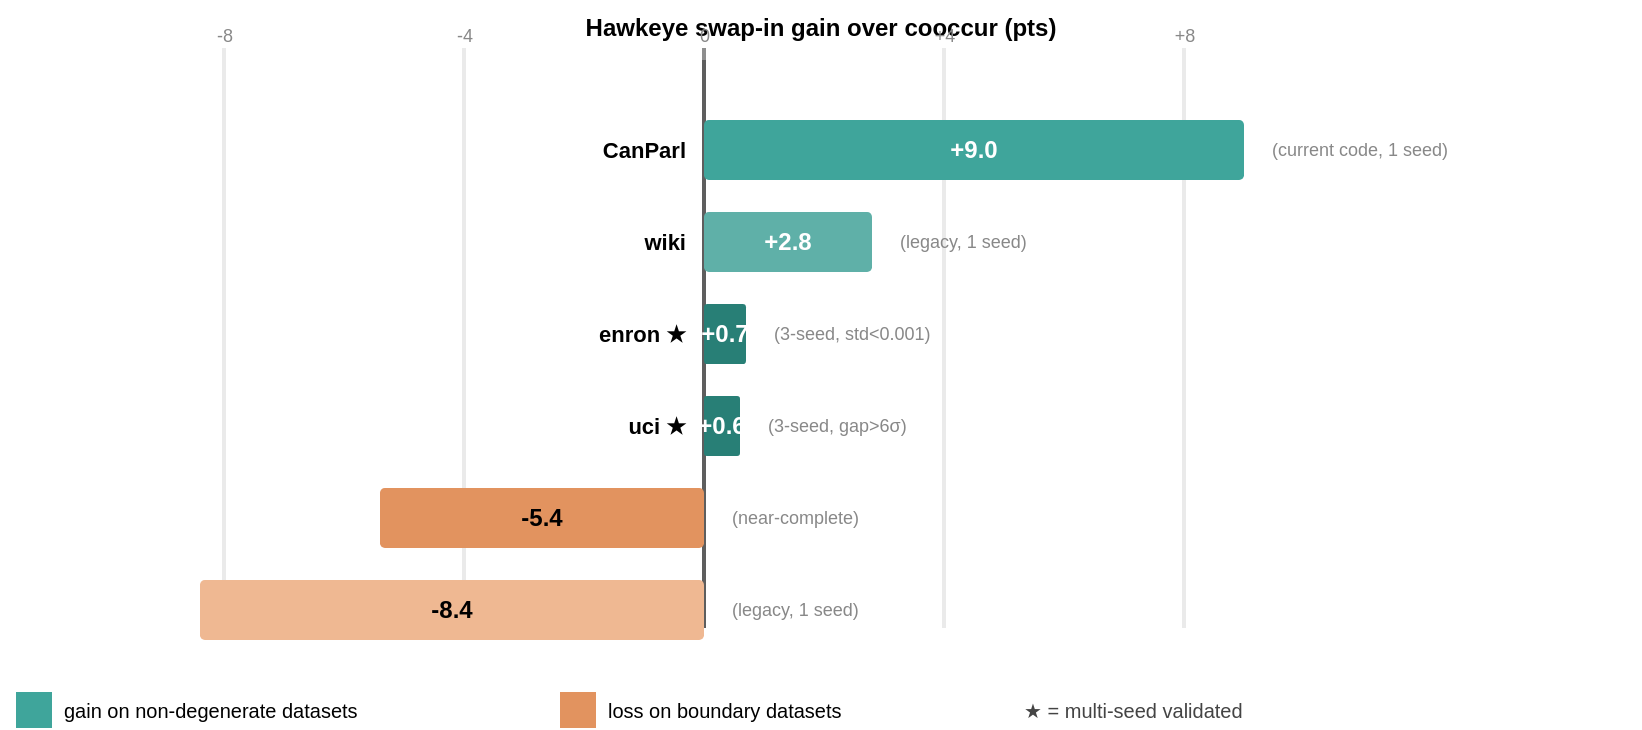
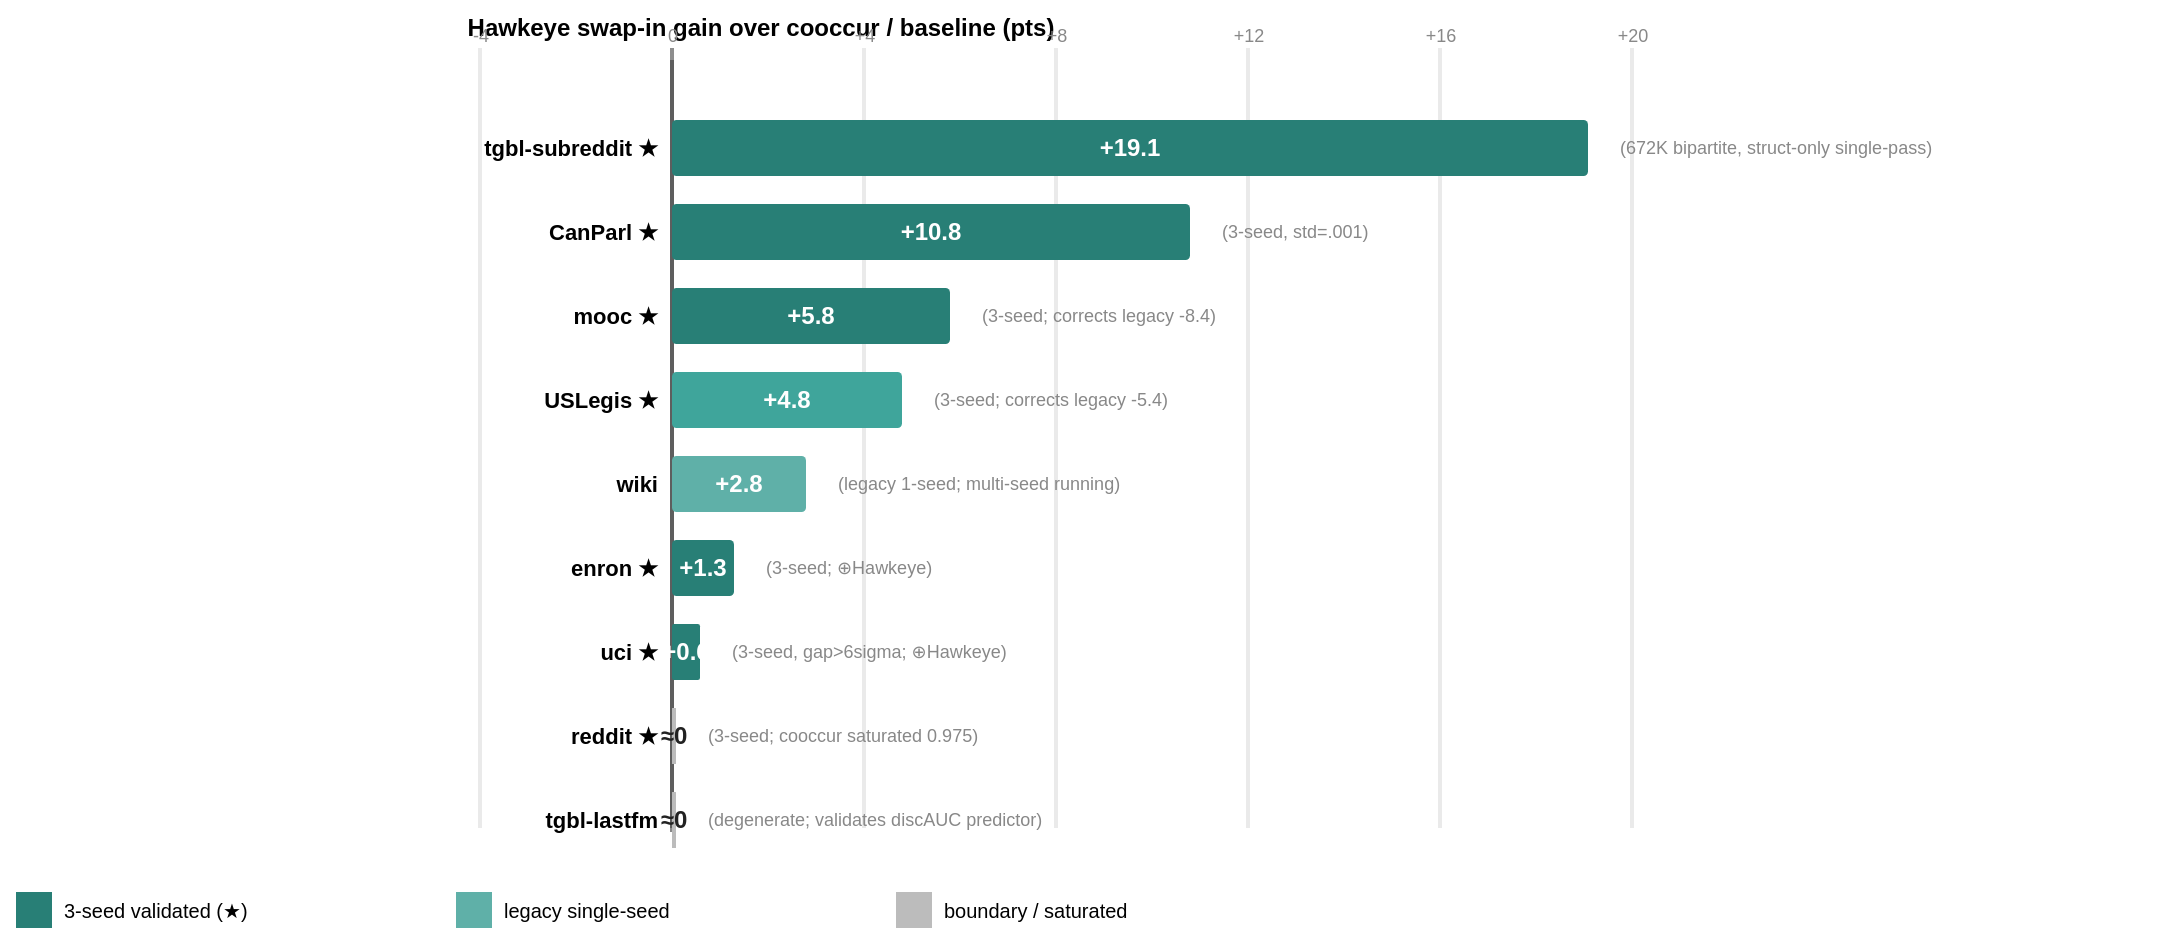
<mxfile host="local" version="22.0.0">
-   <diagram name="gains-per-dataset" id="gains">
-     <mxGraphModel dx="2000" dy="900" grid="1" gridSize="10" guides="1" tooltips="1"
+   <diagram name="gains-per-dataset-v2" id="gains_v2">
+     <mxGraphModel dx="2400" dy="900" grid="1" gridSize="10" guides="1" tooltips="1"
      connect="1" arrows="1" fold="1" page="1" pageScale="1"
-       pageWidth="968" pageHeight="472" math="0" shadow="0">
+       pageWidth="1244" pageHeight="590" math="0" shadow="0">
      <root>
        <mxCell id="0"/>
        <mxCell id="1" parent="0"/>
-         <mxCell id="3001" value="Hawkeye swap-in gain over cooccur (pts)" style="text;html=1;align=center;fontFamily=Helvetica;fontSize=12;fontStyle=1" vertex="1" parent="1"><mxGeometry x="28" y="28" width="820" height="24" as="geometry"/></mxCell><mxCell id="3002" value="" style="rounded=0;fillColor=#888888;strokeColor=none" vertex="1" parent="1"><mxGeometry x="379" y="58" width="2" height="284" as="geometry"/></mxCell><mxCell id="3003" value="" style="rounded=0;fillColor=#DDDDDD;strokeColor=none;opacity=60" vertex="1" parent="1"><mxGeometry x="139" y="52" width="2" height="290" as="geometry"/></mxCell><mxCell id="3004" value="-8" style="text;html=1;align=center;fontFamily=Helvetica;fontSize=9;fontColor=#888888" vertex="1" parent="1"><mxGeometry x="126" y="34" width="28" height="16" as="geometry"/></mxCell><mxCell id="3005" value="" style="rounded=0;fillColor=#DDDDDD;strokeColor=none;opacity=60" vertex="1" parent="1"><mxGeometry x="259" y="52" width="2" height="290" as="geometry"/></mxCell><mxCell id="3006" value="-4" style="text;html=1;align=center;fontFamily=Helvetica;fontSize=9;fontColor=#888888" vertex="1" parent="1"><mxGeometry x="246" y="34" width="28" height="16" as="geometry"/></mxCell><mxCell id="3007" value="" style="rounded=0;fillColor=#444444;strokeColor=none;opacity=60" vertex="1" parent="1"><mxGeometry x="379" y="52" width="2" height="290" as="geometry"/></mxCell><mxCell id="3008" value="0" style="text;html=1;align=center;fontFamily=Helvetica;fontSize=9;fontColor=#888888" vertex="1" parent="1"><mxGeometry x="366" y="34" width="28" height="16" as="geometry"/></mxCell><mxCell id="3009" value="" style="rounded=0;fillColor=#DDDDDD;strokeColor=none;opacity=60" vertex="1" parent="1"><mxGeometry x="499" y="52" width="2" height="290" as="geometry"/></mxCell><mxCell id="3010" value="+4" style="text;html=1;align=center;fontFamily=Helvetica;fontSize=9;fontColor=#888888" vertex="1" parent="1"><mxGeometry x="486" y="34" width="28" height="16" as="geometry"/></mxCell><mxCell id="3011" value="" style="rounded=0;fillColor=#DDDDDD;strokeColor=none;opacity=60" vertex="1" parent="1"><mxGeometry x="619" y="52" width="2" height="290" as="geometry"/></mxCell><mxCell id="3012" value="+8" style="text;html=1;align=center;fontFamily=Helvetica;fontSize=9;fontColor=#888888" vertex="1" parent="1"><mxGeometry x="606" y="34" width="28" height="16" as="geometry"/></mxCell><mxCell id="3013" value="CanParl" style="text;html=1;align=right;verticalAlign=middle;fontFamily=Helvetica;fontSize=11;fontStyle=1" vertex="1" parent="1"><mxGeometry x="262" y="84" width="110" height="38" as="geometry"/></mxCell><mxCell id="3014" value="+9.0" style="rounded=1;arcSize=8;whiteSpace=wrap;html=1;fillColor=#3FA59B;strokeColor=none;fontColor=#FFFFFF;fontStyle=1;fontFamily=Helvetica;fontSize=12;align=center;verticalAlign=middle" vertex="1" parent="1"><mxGeometry x="380" y="88" width="270" height="30" as="geometry"/></mxCell><mxCell id="3015" value="(current code, 1 seed)" style="text;html=1;align=left;verticalAlign=middle;fontFamily=Helvetica;fontSize=9;fontColor=#888888" vertex="1" parent="1"><mxGeometry x="662" y="84" width="180" height="38" as="geometry"/></mxCell><mxCell id="3016" value="wiki" style="text;html=1;align=right;verticalAlign=middle;fontFamily=Helvetica;fontSize=11;fontStyle=1" vertex="1" parent="1"><mxGeometry x="262" y="130" width="110" height="38" as="geometry"/></mxCell><mxCell id="3017" value="+2.8" style="rounded=1;arcSize=8;whiteSpace=wrap;html=1;fillColor=#5FB0A8;strokeColor=none;fontColor=#FFFFFF;fontStyle=1;fontFamily=Helvetica;fontSize=12;align=center;verticalAlign=middle" vertex="1" parent="1"><mxGeometry x="380" y="134" width="84" height="30" as="geometry"/></mxCell><mxCell id="3018" value="(legacy, 1 seed)" style="text;html=1;align=left;verticalAlign=middle;fontFamily=Helvetica;fontSize=9;fontColor=#888888" vertex="1" parent="1"><mxGeometry x="476" y="130" width="180" height="38" as="geometry"/></mxCell><mxCell id="3019" value="enron ★" style="text;html=1;align=right;verticalAlign=middle;fontFamily=Helvetica;fontSize=11;fontStyle=1" vertex="1" parent="1"><mxGeometry x="262" y="176" width="110" height="38" as="geometry"/></mxCell><mxCell id="3020" value="+0.7" style="rounded=1;arcSize=8;whiteSpace=wrap;html=1;fillColor=#287F76;strokeColor=none;fontColor=#FFFFFF;fontStyle=1;fontFamily=Helvetica;fontSize=12;align=center;verticalAlign=middle" vertex="1" parent="1"><mxGeometry x="380" y="180" width="21" height="30" as="geometry"/></mxCell><mxCell id="3021" value="(3-seed, std&lt;0.001)" style="text;html=1;align=left;verticalAlign=middle;fontFamily=Helvetica;fontSize=9;fontColor=#888888" vertex="1" parent="1"><mxGeometry x="413" y="176" width="180" height="38" as="geometry"/></mxCell><mxCell id="3022" value="uci ★" style="text;html=1;align=right;verticalAlign=middle;fontFamily=Helvetica;fontSize=11;fontStyle=1" vertex="1" parent="1"><mxGeometry x="262" y="222" width="110" height="38" as="geometry"/></mxCell><mxCell id="3023" value="+0.6" style="rounded=1;arcSize=8;whiteSpace=wrap;html=1;fillColor=#287F76;strokeColor=none;fontColor=#FFFFFF;fontStyle=1;fontFamily=Helvetica;fontSize=12;align=center;verticalAlign=middle" vertex="1" parent="1"><mxGeometry x="380" y="226" width="18" height="30" as="geometry"/></mxCell><mxCell id="3024" value="(3-seed, gap&gt;6σ)" style="text;html=1;align=left;verticalAlign=middle;fontFamily=Helvetica;fontSize=9;fontColor=#888888" vertex="1" parent="1"><mxGeometry x="410" y="222" width="180" height="38" as="geometry"/></mxCell><mxCell id="3025" value="USLegis" style="text;html=1;align=right;verticalAlign=middle;fontFamily=Helvetica;fontSize=11;fontStyle=1" vertex="1" parent="1"><mxGeometry x="262" y="268" width="110" height="38" as="geometry"/></mxCell><mxCell id="3026" value="-5.4" style="rounded=1;arcSize=8;whiteSpace=wrap;html=1;fillColor=#E2935F;strokeColor=none;fontColor=#000000;fontStyle=1;fontFamily=Helvetica;fontSize=12;align=center;verticalAlign=middle" vertex="1" parent="1"><mxGeometry x="218" y="272" width="162" height="30" as="geometry"/></mxCell><mxCell id="3027" value="(near-complete)" style="text;html=1;align=left;verticalAlign=middle;fontFamily=Helvetica;fontSize=9;fontColor=#888888" vertex="1" parent="1"><mxGeometry x="392" y="268" width="180" height="38" as="geometry"/></mxCell><mxCell id="3028" value="mooc" style="text;html=1;align=right;verticalAlign=middle;fontFamily=Helvetica;fontSize=11;fontStyle=1" vertex="1" parent="1"><mxGeometry x="262" y="314" width="110" height="38" as="geometry"/></mxCell><mxCell id="3029" value="-8.4" style="rounded=1;arcSize=8;whiteSpace=wrap;html=1;fillColor=#EFB892;strokeColor=none;fontColor=#000000;fontStyle=1;fontFamily=Helvetica;fontSize=12;align=center;verticalAlign=middle" vertex="1" parent="1"><mxGeometry x="128" y="318" width="252" height="30" as="geometry"/></mxCell><mxCell id="3030" value="(legacy, 1 seed)" style="text;html=1;align=left;verticalAlign=middle;fontFamily=Helvetica;fontSize=9;fontColor=#888888" vertex="1" parent="1"><mxGeometry x="392" y="314" width="180" height="38" as="geometry"/></mxCell><mxCell id="3031" value="" style="rounded=0;fillColor=#3FA59B;strokeColor=none" vertex="1" parent="1"><mxGeometry x="36" y="374" width="18" height="18" as="geometry"/></mxCell><mxCell id="3032" value="gain on non-degenerate datasets" style="text;html=1;align=left;verticalAlign=middle;fontFamily=Helvetica;fontSize=10" vertex="1" parent="1"><mxGeometry x="58" y="374" width="230" height="18" as="geometry"/></mxCell><mxCell id="3033" value="" style="rounded=0;fillColor=#E2935F;strokeColor=none" vertex="1" parent="1"><mxGeometry x="308" y="374" width="18" height="18" as="geometry"/></mxCell><mxCell id="3034" value="loss on boundary datasets" style="text;html=1;align=left;verticalAlign=middle;fontFamily=Helvetica;fontSize=10" vertex="1" parent="1"><mxGeometry x="330" y="374" width="200" height="18" as="geometry"/></mxCell><mxCell id="3035" value="★ = multi-seed validated" style="text;html=1;align=left;verticalAlign=middle;fontFamily=Helvetica;fontSize=10;fontColor=#444444" vertex="1" parent="1"><mxGeometry x="538" y="374" width="200" height="18" as="geometry"/></mxCell>
+         <mxCell id="3001" value="Hawkeye swap-in gain over cooccur / baseline (pts)" style="text;html=1;align=center;fontFamily=Helvetica;fontSize=12;fontStyle=1" vertex="1" parent="1"><mxGeometry x="24" y="24" width="760" height="24" as="geometry"/></mxCell><mxCell id="3002" value="" style="rounded=0;fillColor=#888888;strokeColor=none" vertex="1" parent="1"><mxGeometry x="359" y="54" width="2" height="386" as="geometry"/></mxCell><mxCell id="3003" value="" style="rounded=0;fillColor=#DDDDDD;strokeColor=none;opacity=60" vertex="1" parent="1"><mxGeometry x="263" y="48" width="2" height="390" as="geometry"/></mxCell><mxCell id="3004" value="-4" style="text;html=1;align=center;fontFamily=Helvetica;fontSize=9;fontColor=#888888" vertex="1" parent="1"><mxGeometry x="250" y="30" width="28" height="16" as="geometry"/></mxCell><mxCell id="3005" value="" style="rounded=0;fillColor=#444444;strokeColor=none;opacity=60" vertex="1" parent="1"><mxGeometry x="359" y="48" width="2" height="390" as="geometry"/></mxCell><mxCell id="3006" value="0" style="text;html=1;align=center;fontFamily=Helvetica;fontSize=9;fontColor=#888888" vertex="1" parent="1"><mxGeometry x="346" y="30" width="28" height="16" as="geometry"/></mxCell><mxCell id="3007" value="" style="rounded=0;fillColor=#DDDDDD;strokeColor=none;opacity=60" vertex="1" parent="1"><mxGeometry x="455" y="48" width="2" height="390" as="geometry"/></mxCell><mxCell id="3008" value="+4" style="text;html=1;align=center;fontFamily=Helvetica;fontSize=9;fontColor=#888888" vertex="1" parent="1"><mxGeometry x="442" y="30" width="28" height="16" as="geometry"/></mxCell><mxCell id="3009" value="" style="rounded=0;fillColor=#DDDDDD;strokeColor=none;opacity=60" vertex="1" parent="1"><mxGeometry x="551" y="48" width="2" height="390" as="geometry"/></mxCell><mxCell id="3010" value="+8" style="text;html=1;align=center;fontFamily=Helvetica;fontSize=9;fontColor=#888888" vertex="1" parent="1"><mxGeometry x="538" y="30" width="28" height="16" as="geometry"/></mxCell><mxCell id="3011" value="" style="rounded=0;fillColor=#DDDDDD;strokeColor=none;opacity=60" vertex="1" parent="1"><mxGeometry x="647" y="48" width="2" height="390" as="geometry"/></mxCell><mxCell id="3012" value="+12" style="text;html=1;align=center;fontFamily=Helvetica;fontSize=9;fontColor=#888888" vertex="1" parent="1"><mxGeometry x="634" y="30" width="28" height="16" as="geometry"/></mxCell><mxCell id="3013" value="" style="rounded=0;fillColor=#DDDDDD;strokeColor=none;opacity=60" vertex="1" parent="1"><mxGeometry x="743" y="48" width="2" height="390" as="geometry"/></mxCell><mxCell id="3014" value="+16" style="text;html=1;align=center;fontFamily=Helvetica;fontSize=9;fontColor=#888888" vertex="1" parent="1"><mxGeometry x="730" y="30" width="28" height="16" as="geometry"/></mxCell><mxCell id="3015" value="" style="rounded=0;fillColor=#DDDDDD;strokeColor=none;opacity=60" vertex="1" parent="1"><mxGeometry x="839" y="48" width="2" height="390" as="geometry"/></mxCell><mxCell id="3016" value="+20" style="text;html=1;align=center;fontFamily=Helvetica;fontSize=9;fontColor=#888888" vertex="1" parent="1"><mxGeometry x="826" y="30" width="28" height="16" as="geometry"/></mxCell><mxCell id="3017" value="tgbl-subreddit ★" style="text;html=1;align=right;verticalAlign=middle;fontFamily=Helvetica;fontSize=11;fontStyle=1" vertex="1" parent="1"><mxGeometry x="204" y="80" width="150" height="36" as="geometry"/></mxCell><mxCell id="3018" value="+19.1" style="rounded=1;arcSize=8;whiteSpace=wrap;html=1;fillColor=#287F76;strokeColor=none;fontColor=#FFFFFF;fontStyle=1;fontFamily=Helvetica;fontSize=12;align=center;verticalAlign=middle" vertex="1" parent="1"><mxGeometry x="360" y="84" width="458" height="28" as="geometry"/></mxCell><mxCell id="3019" value="(672K bipartite, struct-only single-pass)" style="text;html=1;align=left;verticalAlign=middle;fontFamily=Helvetica;fontSize=9;fontColor=#888888" vertex="1" parent="1"><mxGeometry x="832" y="80" width="280" height="36" as="geometry"/></mxCell><mxCell id="3020" value="CanParl ★" style="text;html=1;align=right;verticalAlign=middle;fontFamily=Helvetica;fontSize=11;fontStyle=1" vertex="1" parent="1"><mxGeometry x="204" y="122" width="150" height="36" as="geometry"/></mxCell><mxCell id="3021" value="+10.8" style="rounded=1;arcSize=8;whiteSpace=wrap;html=1;fillColor=#287F76;strokeColor=none;fontColor=#FFFFFF;fontStyle=1;fontFamily=Helvetica;fontSize=12;align=center;verticalAlign=middle" vertex="1" parent="1"><mxGeometry x="360" y="126" width="259" height="28" as="geometry"/></mxCell><mxCell id="3022" value="(3-seed, std=.001)" style="text;html=1;align=left;verticalAlign=middle;fontFamily=Helvetica;fontSize=9;fontColor=#888888" vertex="1" parent="1"><mxGeometry x="633" y="122" width="280" height="36" as="geometry"/></mxCell><mxCell id="3023" value="mooc ★" style="text;html=1;align=right;verticalAlign=middle;fontFamily=Helvetica;fontSize=11;fontStyle=1" vertex="1" parent="1"><mxGeometry x="204" y="164" width="150" height="36" as="geometry"/></mxCell><mxCell id="3024" value="+5.8" style="rounded=1;arcSize=8;whiteSpace=wrap;html=1;fillColor=#287F76;strokeColor=none;fontColor=#FFFFFF;fontStyle=1;fontFamily=Helvetica;fontSize=12;align=center;verticalAlign=middle" vertex="1" parent="1"><mxGeometry x="360" y="168" width="139" height="28" as="geometry"/></mxCell><mxCell id="3025" value="(3-seed; corrects legacy -8.4)" style="text;html=1;align=left;verticalAlign=middle;fontFamily=Helvetica;fontSize=9;fontColor=#888888" vertex="1" parent="1"><mxGeometry x="513" y="164" width="280" height="36" as="geometry"/></mxCell><mxCell id="3026" value="USLegis ★" style="text;html=1;align=right;verticalAlign=middle;fontFamily=Helvetica;fontSize=11;fontStyle=1" vertex="1" parent="1"><mxGeometry x="204" y="206" width="150" height="36" as="geometry"/></mxCell><mxCell id="3027" value="+4.8" style="rounded=1;arcSize=8;whiteSpace=wrap;html=1;fillColor=#3FA59B;strokeColor=none;fontColor=#FFFFFF;fontStyle=1;fontFamily=Helvetica;fontSize=12;align=center;verticalAlign=middle" vertex="1" parent="1"><mxGeometry x="360" y="210" width="115" height="28" as="geometry"/></mxCell><mxCell id="3028" value="(3-seed; corrects legacy -5.4)" style="text;html=1;align=left;verticalAlign=middle;fontFamily=Helvetica;fontSize=9;fontColor=#888888" vertex="1" parent="1"><mxGeometry x="489" y="206" width="280" height="36" as="geometry"/></mxCell><mxCell id="3029" value="wiki" style="text;html=1;align=right;verticalAlign=middle;fontFamily=Helvetica;fontSize=11;fontStyle=1" vertex="1" parent="1"><mxGeometry x="204" y="248" width="150" height="36" as="geometry"/></mxCell><mxCell id="3030" value="+2.8" style="rounded=1;arcSize=8;whiteSpace=wrap;html=1;fillColor=#5FB0A8;strokeColor=none;fontColor=#FFFFFF;fontStyle=1;fontFamily=Helvetica;fontSize=12;align=center;verticalAlign=middle" vertex="1" parent="1"><mxGeometry x="360" y="252" width="67" height="28" as="geometry"/></mxCell><mxCell id="3031" value="(legacy 1-seed; multi-seed running)" style="text;html=1;align=left;verticalAlign=middle;fontFamily=Helvetica;fontSize=9;fontColor=#888888" vertex="1" parent="1"><mxGeometry x="441" y="248" width="280" height="36" as="geometry"/></mxCell><mxCell id="3032" value="enron ★" style="text;html=1;align=right;verticalAlign=middle;fontFamily=Helvetica;fontSize=11;fontStyle=1" vertex="1" parent="1"><mxGeometry x="204" y="290" width="150" height="36" as="geometry"/></mxCell><mxCell id="3033" value="+1.3" style="rounded=1;arcSize=8;whiteSpace=wrap;html=1;fillColor=#287F76;strokeColor=none;fontColor=#FFFFFF;fontStyle=1;fontFamily=Helvetica;fontSize=12;align=center;verticalAlign=middle" vertex="1" parent="1"><mxGeometry x="360" y="294" width="31" height="28" as="geometry"/></mxCell><mxCell id="3034" value="(3-seed; ⊕Hawkeye)" style="text;html=1;align=left;verticalAlign=middle;fontFamily=Helvetica;fontSize=9;fontColor=#888888" vertex="1" parent="1"><mxGeometry x="405" y="290" width="280" height="36" as="geometry"/></mxCell><mxCell id="3035" value="uci ★" style="text;html=1;align=right;verticalAlign=middle;fontFamily=Helvetica;fontSize=11;fontStyle=1" vertex="1" parent="1"><mxGeometry x="204" y="332" width="150" height="36" as="geometry"/></mxCell><mxCell id="3036" value="+0.6" style="rounded=1;arcSize=8;whiteSpace=wrap;html=1;fillColor=#287F76;strokeColor=none;fontColor=#FFFFFF;fontStyle=1;fontFamily=Helvetica;fontSize=12;align=center;verticalAlign=middle" vertex="1" parent="1"><mxGeometry x="360" y="336" width="14" height="28" as="geometry"/></mxCell><mxCell id="3037" value="(3-seed, gap&gt;6sigma; ⊕Hawkeye)" style="text;html=1;align=left;verticalAlign=middle;fontFamily=Helvetica;fontSize=9;fontColor=#888888" vertex="1" parent="1"><mxGeometry x="388" y="332" width="280" height="36" as="geometry"/></mxCell><mxCell id="3038" value="reddit ★" style="text;html=1;align=right;verticalAlign=middle;fontFamily=Helvetica;fontSize=11;fontStyle=1" vertex="1" parent="1"><mxGeometry x="204" y="374" width="150" height="36" as="geometry"/></mxCell><mxCell id="3039" value="≈0" style="rounded=1;arcSize=8;whiteSpace=wrap;html=1;fillColor=#BCBCBC;strokeColor=none;fontColor=#222222;fontStyle=1;fontFamily=Helvetica;fontSize=12;align=center;verticalAlign=middle" vertex="1" parent="1"><mxGeometry x="360" y="378" width="2" height="28" as="geometry"/></mxCell><mxCell id="3040" value="(3-seed; cooccur saturated 0.975)" style="text;html=1;align=left;verticalAlign=middle;fontFamily=Helvetica;fontSize=9;fontColor=#888888" vertex="1" parent="1"><mxGeometry x="376" y="374" width="280" height="36" as="geometry"/></mxCell><mxCell id="3041" value="tgbl-lastfm" style="text;html=1;align=right;verticalAlign=middle;fontFamily=Helvetica;fontSize=11;fontStyle=1" vertex="1" parent="1"><mxGeometry x="204" y="416" width="150" height="36" as="geometry"/></mxCell><mxCell id="3042" value="≈0" style="rounded=1;arcSize=8;whiteSpace=wrap;html=1;fillColor=#BCBCBC;strokeColor=none;fontColor=#222222;fontStyle=1;fontFamily=Helvetica;fontSize=12;align=center;verticalAlign=middle" vertex="1" parent="1"><mxGeometry x="360" y="420" width="2" height="28" as="geometry"/></mxCell><mxCell id="3043" value="(degenerate; validates discAUC predictor)" style="text;html=1;align=left;verticalAlign=middle;fontFamily=Helvetica;fontSize=9;fontColor=#888888" vertex="1" parent="1"><mxGeometry x="376" y="416" width="280" height="36" as="geometry"/></mxCell><mxCell id="3044" value="" style="rounded=0;fillColor=#287F76;strokeColor=none" vertex="1" parent="1"><mxGeometry x="32" y="470" width="18" height="18" as="geometry"/></mxCell><mxCell id="3045" value="3-seed validated (★)" style="text;html=1;align=left;verticalAlign=middle;fontFamily=Helvetica;fontSize=10" vertex="1" parent="1"><mxGeometry x="54" y="470" width="230" height="18" as="geometry"/></mxCell><mxCell id="3046" value="" style="rounded=0;fillColor=#5FB0A8;strokeColor=none" vertex="1" parent="1"><mxGeometry x="252" y="470" width="18" height="18" as="geometry"/></mxCell><mxCell id="3047" value="legacy single-seed" style="text;html=1;align=left;verticalAlign=middle;fontFamily=Helvetica;fontSize=10" vertex="1" parent="1"><mxGeometry x="274" y="470" width="230" height="18" as="geometry"/></mxCell><mxCell id="3048" value="" style="rounded=0;fillColor=#BCBCBC;strokeColor=none" vertex="1" parent="1"><mxGeometry x="472" y="470" width="18" height="18" as="geometry"/></mxCell><mxCell id="3049" value="boundary / saturated" style="text;html=1;align=left;verticalAlign=middle;fontFamily=Helvetica;fontSize=10" vertex="1" parent="1"><mxGeometry x="494" y="470" width="230" height="18" as="geometry"/></mxCell>
      </root>
    </mxGraphModel>
  </diagram>
</mxfile>
